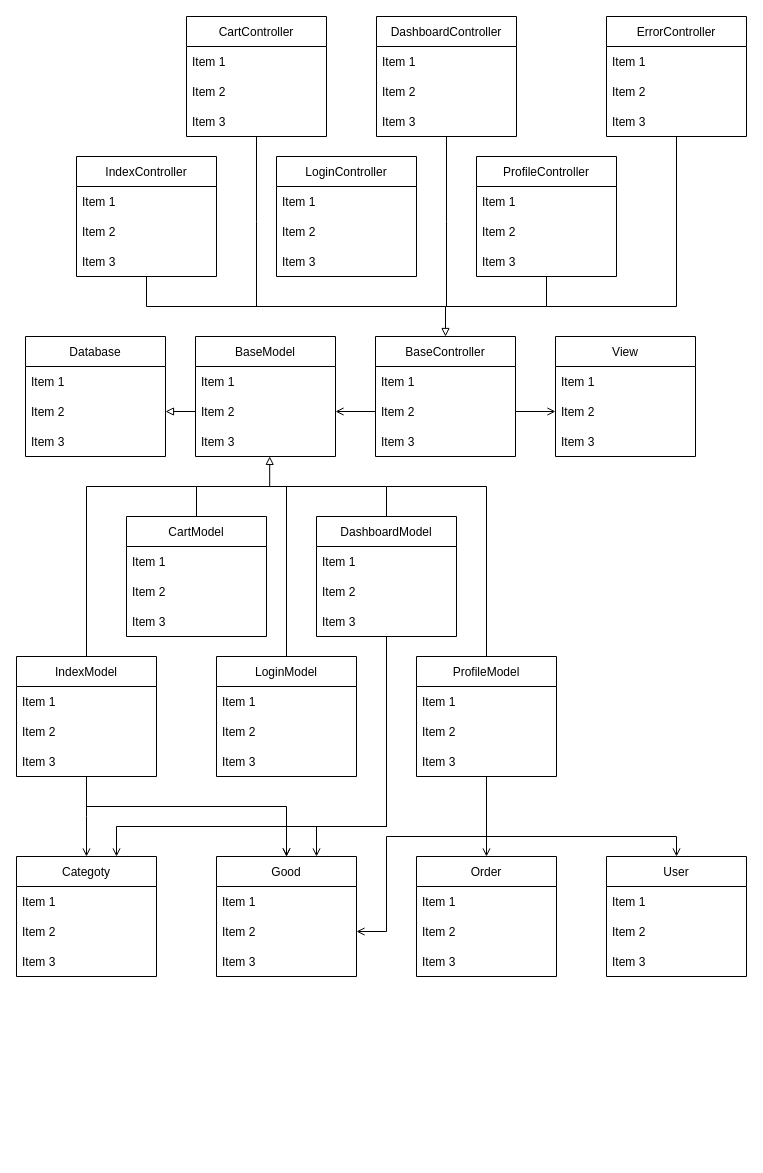
Camalo/writeboard keeps this draw.io diagram as ClassesDiagram.drawio. Above is the earlier version. Source tidied: cells renumbered, new cells numbered last; positions are measured from the earlier drawing's top-left corner, leaving out a move shared by most shapes. Both pictures are drawn from the tidied source at 100%, with x=0, y=0 at pixel (16, 16).
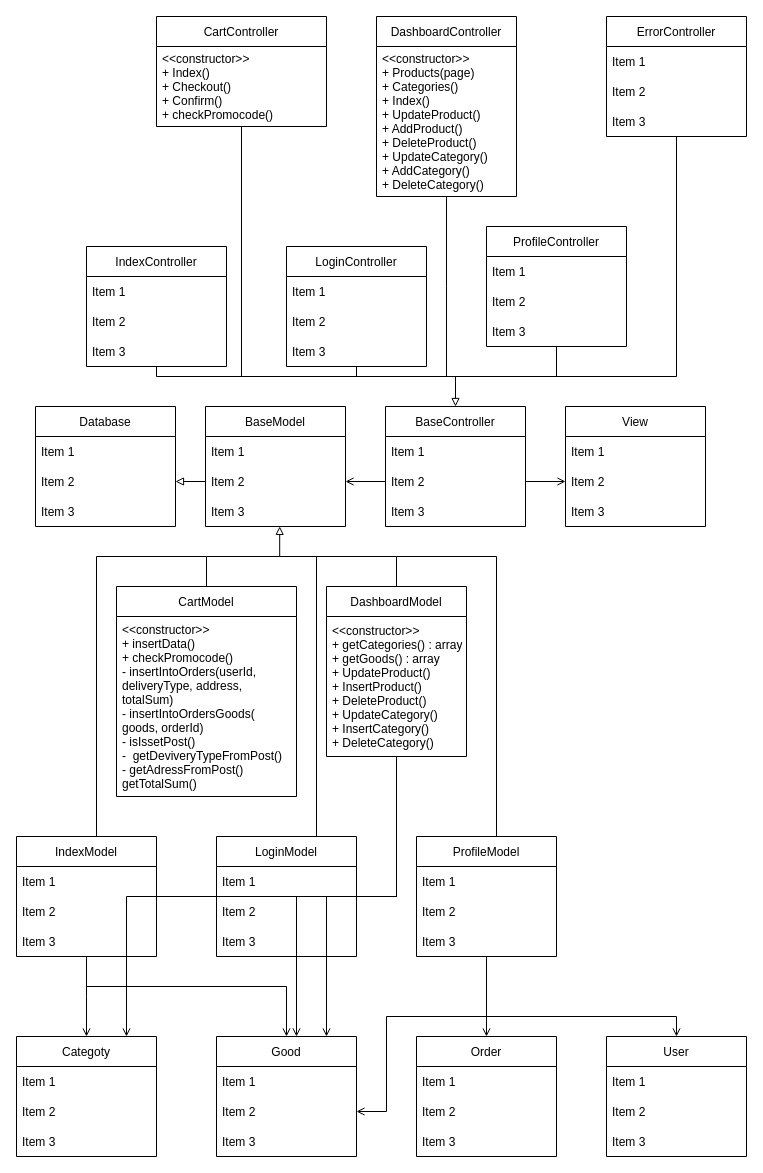
Above is the later version.

Unchanged cells that the change refers to:
```xml
<mxCell id="29" value="ErrorController" style="swimlane;fontStyle=0;horizontal=1;startSize=30;" parent="1" vertex="1">
  <mxGeometry x="590" width="140" height="120" as="geometry" />
</mxCell>
<mxCell id="82" value="Item 2" style="text;strokeColor=none;fillColor=none;align=left;verticalAlign=middle;spacingLeft=4;spacingRight=4;overflow=hidden;points=[[0,0.5],[1,0.5]];portConstraint=eastwest;" parent="80" vertex="1">
  <mxGeometry y="60" width="140" height="30" as="geometry" />
</mxCell>
```

Diff of the diagram source:
```diff
@@
     <mxCell id="2" value="BaseController" style="swimlane;fontStyle=0;horizontal=1;startSize=30;" parent="1" vertex="1">
-      <mxGeometry x="359" y="320" width="140" height="120" as="geometry" />
+      <mxGeometry x="369" y="390" width="140" height="120" as="geometry" />
     </mxCell>
@@
     <mxCell id="6" value="BaseModel" style="swimlane;fontStyle=0;horizontal=1;startSize=30;" parent="1" vertex="1">
-      <mxGeometry x="179" y="320" width="140" height="120" as="geometry" />
+      <mxGeometry x="189" y="390" width="140" height="120" as="geometry" />
     </mxCell>
@@
     <mxCell id="10" value="View" style="swimlane;fontStyle=0;horizontal=1;startSize=30;" parent="1" vertex="1">
-      <mxGeometry x="539" y="320" width="140" height="120" as="geometry" />
+      <mxGeometry x="549" y="390" width="140" height="120" as="geometry" />
     </mxCell>
@@
     <mxCell id="14" value="Database" style="swimlane;fontStyle=0;horizontal=1;startSize=30;" parent="1" vertex="1">
-      <mxGeometry x="9" y="320" width="140" height="120" as="geometry" />
+      <mxGeometry x="19" y="390" width="140" height="120" as="geometry" />
     </mxCell>
@@
     <mxCell id="18" style="edgeStyle=orthogonalEdgeStyle;rounded=0;jettySize=auto;html=1;endArrow=none;endFill=0;" parent="1" edge="1" source="19">
       <mxGeometry relative="1" as="geometry">
-        <mxPoint x="430" y="290" as="targetPoint" />
+        <mxPoint x="430" y="360" as="targetPoint" />
       </mxGeometry>
     </mxCell>
     <mxCell id="19" value="DashboardController" style="swimlane;fontStyle=0;horizontal=1;startSize=30;" parent="1" vertex="1">
-      <mxGeometry x="360" width="140" height="120" as="geometry" />
+      <mxGeometry x="360" width="140" height="180" as="geometry" />
     </mxCell>
-    <mxCell id="20" value="Item 1" style="text;strokeColor=none;fillColor=none;align=left;verticalAlign=middle;spacingLeft=4;spacingRight=4;overflow=hidden;" parent="19" vertex="1">
-      <mxGeometry y="30" width="140" height="30" as="geometry" />
+    <mxCell id="20" value="&lt;&lt;constructor&gt;&gt;&#10;+ Products(page)&#10;+ Categories()&#10;+ Index()&#10;+ UpdateProduct()&#10;+ AddProduct()&#10;+ DeleteProduct()&#10;+ UpdateCategory()&#10;+ AddCategory()&#10;+ DeleteCategory()" style="text;strokeColor=none;fillColor=none;align=left;verticalAlign=middle;spacingLeft=4;spacingRight=4;overflow=hidden;" parent="19" vertex="1">
+      <mxGeometry y="30" width="140" height="150" as="geometry" />
     </mxCell>
-    <mxCell id="21" value="Item 2" style="text;strokeColor=none;fillColor=none;align=left;verticalAlign=middle;spacingLeft=4;spacingRight=4;overflow=hidden;" parent="19" vertex="1">
-      <mxGeometry y="60" width="140" height="30" as="geometry" />
-    </mxCell>
-    <mxCell id="22" value="Item 3" style="text;strokeColor=none;fillColor=none;align=left;verticalAlign=middle;spacingLeft=4;spacingRight=4;overflow=hidden;" parent="19" vertex="1">
-      <mxGeometry y="90" width="140" height="30" as="geometry" />
-    </mxCell>
     <mxCell id="23" style="edgeStyle=orthogonalEdgeStyle;rounded=0;jettySize=auto;html=1;endArrow=none;endFill=0;" parent="1" edge="1" source="24">
       <mxGeometry relative="1" as="geometry">
-        <mxPoint x="240" y="290" as="targetPoint" />
+        <mxPoint x="240" y="360" as="targetPoint" />
+        <Array as="points">
+          <mxPoint x="225" y="360" />
+        </Array>
       </mxGeometry>
     </mxCell>
     <mxCell id="24" value="CartController" style="swimlane;fontStyle=0;horizontal=1;startSize=30;" parent="1" vertex="1">
-      <mxGeometry x="170" width="140" height="120" as="geometry" />
+      <mxGeometry x="140" width="170" height="110" as="geometry" />
     </mxCell>
-    <mxCell id="25" value="Item 1" style="text;strokeColor=none;fillColor=none;align=left;verticalAlign=middle;spacingLeft=4;spacingRight=4;overflow=hidden;" parent="24" vertex="1">
-      <mxGeometry y="30" width="140" height="30" as="geometry" />
+    <mxCell id="25" value="&lt;&lt;constructor&gt;&gt;&#10;+ Index()&#10;+ Checkout()&#10;+ Confirm()&#10;+ checkPromocode()" style="text;strokeColor=none;fillColor=none;align=left;verticalAlign=middle;spacingLeft=4;spacingRight=4;overflow=hidden;" parent="24" vertex="1">
+      <mxGeometry y="30" width="170" height="80" as="geometry" />
     </mxCell>
-    <mxCell id="26" value="Item 2" style="text;strokeColor=none;fillColor=none;align=left;verticalAlign=middle;spacingLeft=4;spacingRight=4;overflow=hidden;" parent="24" vertex="1">
-      <mxGeometry y="60" width="140" height="30" as="geometry" />
-    </mxCell>
-    <mxCell id="27" value="Item 3" style="text;strokeColor=none;fillColor=none;align=left;verticalAlign=middle;spacingLeft=4;spacingRight=4;overflow=hidden;" parent="24" vertex="1">
-      <mxGeometry y="90" width="140" height="30" as="geometry" />
-    </mxCell>
     <mxCell id="28" style="edgeStyle=orthogonalEdgeStyle;rounded=0;jettySize=auto;html=1;endArrow=none;endFill=0;" parent="1" edge="1" source="29">
       <mxGeometry relative="1" as="geometry">
-        <mxPoint x="530" y="290" as="targetPoint" />
+        <mxPoint x="530" y="360" as="targetPoint" />
         <Array as="points">
-          <mxPoint x="660" y="290" />
+          <mxPoint x="660" y="360" />
+          <mxPoint x="530" y="360" />
         </Array>
       </mxGeometry>
     </mxCell>
@@
+    <mxCell id="99" style="edgeStyle=orthogonalEdgeStyle;rounded=0;jettySize=auto;html=1;endArrow=none;endFill=0;" parent="1" edge="1" source="33">
+      <mxGeometry relative="1" as="geometry">
+        <mxPoint x="440" y="360" as="targetPoint" />
+        <Array as="points">
+          <mxPoint x="340" y="360" />
+        </Array>
+      </mxGeometry>
+    </mxCell>
     <mxCell id="33" value="LoginController" style="swimlane;fontStyle=0;horizontal=1;startSize=30;" parent="1" vertex="1">
-      <mxGeometry x="260" y="140" width="140" height="120" as="geometry" />
+      <mxGeometry x="270" y="230" width="140" height="120" as="geometry" />
     </mxCell>
@@
     <mxCell id="37" style="edgeStyle=orthogonalEdgeStyle;rounded=0;jettySize=auto;html=1;entryX=0.5;entryY=0;entryDx=0;entryDy=0;endArrow=block;endFill=0;" parent="1" edge="1" source="38" target="2">
       <mxGeometry relative="1" as="geometry">
         <Array as="points">
-          <mxPoint x="130" y="290" />
-          <mxPoint x="429" y="290" />
+          <mxPoint x="140" y="360" />
+          <mxPoint x="439" y="360" />
         </Array>
       </mxGeometry>
     </mxCell>
     <mxCell id="38" value="IndexController" style="swimlane;fontStyle=0;horizontal=1;startSize=30;" parent="1" vertex="1">
-      <mxGeometry x="60" y="140" width="140" height="120" as="geometry" />
+      <mxGeometry x="70" y="230" width="140" height="120" as="geometry" />
     </mxCell>
@@
     <mxCell id="42" style="edgeStyle=orthogonalEdgeStyle;rounded=0;jettySize=auto;html=1;endArrow=none;endFill=0;" parent="1" edge="1" source="43">
       <mxGeometry relative="1" as="geometry">
-        <mxPoint x="429" y="290" as="targetPoint" />
+        <mxPoint x="439" y="360" as="targetPoint" />
         <Array as="points">
-          <mxPoint x="530" y="290" />
-          <mxPoint x="429" y="290" />
+          <mxPoint x="540" y="360" />
+          <mxPoint x="439" y="360" />
         </Array>
       </mxGeometry>
     </mxCell>
     <mxCell id="43" value="ProfileController" style="swimlane;fontStyle=0;horizontal=1;startSize=30;" parent="1" vertex="1">
-      <mxGeometry x="460" y="140" width="140" height="120" as="geometry" />
+      <mxGeometry x="470" y="210" width="140" height="120" as="geometry" />
     </mxCell>
@@
     <mxCell id="47" style="edgeStyle=orthogonalEdgeStyle;rounded=0;jettySize=auto;html=1;endArrow=none;endFill=0;" parent="1" edge="1" source="51">
       <mxGeometry relative="1" as="geometry">
-        <mxPoint x="253" y="470" as="targetPoint" />
+        <mxPoint x="263" y="540" as="targetPoint" />
         <Array as="points">
-          <mxPoint x="370" y="470" />
+          <mxPoint x="380" y="540" />
         </Array>
       </mxGeometry>
     </mxCell>
     <mxCell id="48" style="edgeStyle=orthogonalEdgeStyle;rounded=0;jettySize=auto;html=1;endArrow=open;endFill=0;" parent="1" edge="1" source="51" target="80">
       <mxGeometry relative="1" as="geometry">
         <Array as="points">
-          <mxPoint x="370" y="810" />
-          <mxPoint x="270" y="810" />
+          <mxPoint x="380" y="880" />
+          <mxPoint x="280" y="880" />
         </Array>
       </mxGeometry>
     </mxCell>
     <mxCell id="49" style="edgeStyle=orthogonalEdgeStyle;rounded=0;jettySize=auto;html=1;endArrow=open;endFill=0;" parent="1" edge="1" source="51" target="84">
       <mxGeometry relative="1" as="geometry">
         <Array as="points">
-          <mxPoint x="370" y="810" />
-          <mxPoint x="100" y="810" />
+          <mxPoint x="380" y="880" />
+          <mxPoint x="110" y="880" />
         </Array>
       </mxGeometry>
     </mxCell>
     <mxCell id="50" style="edgeStyle=orthogonalEdgeStyle;rounded=0;jettySize=auto;html=1;endArrow=open;endFill=0;" parent="1" edge="1" source="51" target="80">
       <mxGeometry relative="1" as="geometry">
         <Array as="points">
-          <mxPoint x="370" y="810" />
-          <mxPoint x="300" y="810" />
+          <mxPoint x="380" y="880" />
+          <mxPoint x="310" y="880" />
         </Array>
       </mxGeometry>
     </mxCell>
     <mxCell id="51" value="DashboardModel" style="swimlane;fontStyle=0;horizontal=1;startSize=30;" parent="1" vertex="1">
-      <mxGeometry x="300" y="500" width="140" height="120" as="geometry" />
+      <mxGeometry x="310" y="570" width="140" height="170" as="geometry" />
     </mxCell>
-    <mxCell id="52" value="Item 1" style="text;strokeColor=none;fillColor=none;align=left;verticalAlign=middle;spacingLeft=4;spacingRight=4;overflow=hidden;" parent="51" vertex="1">
-      <mxGeometry y="30" width="140" height="30" as="geometry" />
+    <mxCell id="52" value="&lt;&lt;constructor&gt;&gt;&#10;+ getCategories() : array&#10;+ getGoods() : array&#10;+ UpdateProduct()&#10;+ InsertProduct()&#10;+ DeleteProduct()&#10;+ UpdateCategory()&#10;+ InsertCategory()&#10;+ DeleteCategory()" style="text;strokeColor=none;fillColor=none;align=left;verticalAlign=middle;spacingLeft=4;spacingRight=4;overflow=hidden;" parent="51" vertex="1">
+      <mxGeometry y="30" width="140" height="140" as="geometry" />
     </mxCell>
-    <mxCell id="53" value="Item 2" style="text;strokeColor=none;fillColor=none;align=left;verticalAlign=middle;spacingLeft=4;spacingRight=4;overflow=hidden;" parent="51" vertex="1">
-      <mxGeometry y="60" width="140" height="30" as="geometry" />
-    </mxCell>
-    <mxCell id="54" value="Item 3" style="text;strokeColor=none;fillColor=none;align=left;verticalAlign=middle;spacingLeft=4;spacingRight=4;overflow=hidden;" parent="51" vertex="1">
-      <mxGeometry y="90" width="140" height="30" as="geometry" />
-    </mxCell>
@@
     <mxCell id="56" value="CartModel" style="swimlane;fontStyle=0;horizontal=1;startSize=30;" parent="1" vertex="1">
-      <mxGeometry x="110" y="500" width="140" height="120" as="geometry" />
+      <mxGeometry x="100" y="570" width="180" height="210" as="geometry" />
     </mxCell>
-    <mxCell id="57" value="Item 1" style="text;strokeColor=none;fillColor=none;align=left;verticalAlign=middle;spacingLeft=4;spacingRight=4;overflow=hidden;" parent="56" vertex="1">
-      <mxGeometry y="30" width="140" height="30" as="geometry" />
+    <mxCell id="57" value="&lt;&lt;constructor&gt;&gt;&#10;+ insertData()&#10;+ checkPromocode()&#10;- insertIntoOrders(userId,&#10;deliveryType, address,&#10;totalSum)&#10;- insertIntoOrdersGoods(&#10;goods, orderId)&#10;- isIssetPost()&#10;-  getDeviveryTypeFromPost()&#10;- getAdressFromPost()&#10;getTotalSum()" style="text;strokeColor=none;fillColor=none;align=left;verticalAlign=middle;spacingLeft=4;spacingRight=4;overflow=hidden;" parent="56" vertex="1">
+      <mxGeometry y="30" width="180" height="180" as="geometry" />
     </mxCell>
-    <mxCell id="58" value="Item 2" style="text;strokeColor=none;fillColor=none;align=left;verticalAlign=middle;spacingLeft=4;spacingRight=4;overflow=hidden;" parent="56" vertex="1">
-      <mxGeometry y="60" width="140" height="30" as="geometry" />
-    </mxCell>
-    <mxCell id="59" value="Item 3" style="text;strokeColor=none;fillColor=none;align=left;verticalAlign=middle;spacingLeft=4;spacingRight=4;overflow=hidden;" parent="56" vertex="1">
-      <mxGeometry y="90" width="140" height="30" as="geometry" />
-    </mxCell>
     <mxCell id="60" style="edgeStyle=orthogonalEdgeStyle;rounded=0;jettySize=auto;html=1;endArrow=none;endFill=0;" parent="1" edge="1" source="61">
       <mxGeometry relative="1" as="geometry">
-        <mxPoint x="270" y="470" as="targetPoint" />
+        <mxPoint x="280" y="540" as="targetPoint" />
+        <Array as="points">
+          <mxPoint x="300" y="540" />
+        </Array>
       </mxGeometry>
     </mxCell>
     <mxCell id="61" value="LoginModel" style="swimlane;fontStyle=0;horizontal=1;startSize=30;" parent="1" vertex="1">
-      <mxGeometry x="200" y="640" width="140" height="120" as="geometry" />
+      <mxGeometry x="200" y="820" width="140" height="120" as="geometry" />
     </mxCell>
@@
     <mxCell id="65" style="edgeStyle=orthogonalEdgeStyle;rounded=0;jettySize=auto;html=1;endArrow=none;endFill=0;" parent="1" edge="1" source="68">
       <mxGeometry relative="1" as="geometry">
-        <mxPoint x="180" y="470" as="targetPoint" />
+        <mxPoint x="190" y="540" as="targetPoint" />
         <Array as="points">
-          <mxPoint x="70" y="470" />
+          <mxPoint x="80" y="540" />
         </Array>
       </mxGeometry>
     </mxCell>
     <mxCell id="66" style="edgeStyle=orthogonalEdgeStyle;rounded=0;jettySize=auto;html=1;endArrow=open;endFill=0;" parent="1" edge="1" source="68">
       <mxGeometry relative="1" as="geometry">
-        <mxPoint x="70" y="840" as="targetPoint" />
+        <mxPoint x="70" y="1020" as="targetPoint" />
       </mxGeometry>
     </mxCell>
     <mxCell id="67" style="edgeStyle=orthogonalEdgeStyle;rounded=0;jettySize=auto;html=1;entryX=0.5;entryY=0;entryDx=0;entryDy=0;endArrow=open;endFill=0;" parent="1" edge="1" source="68" target="80">
       <mxGeometry relative="1" as="geometry">
         <Array as="points">
-          <mxPoint x="70" y="790" />
-          <mxPoint x="270" y="790" />
+          <mxPoint x="70" y="970" />
+          <mxPoint x="270" y="970" />
         </Array>
       </mxGeometry>
     </mxCell>
     <mxCell id="68" value="IndexModel" style="swimlane;fontStyle=0;horizontal=1;startSize=30;" parent="1" vertex="1">
-      <mxGeometry y="640" width="140" height="120" as="geometry" />
+      <mxGeometry y="820" width="140" height="120" as="geometry" />
     </mxCell>
@@
     <mxCell id="72" style="edgeStyle=orthogonalEdgeStyle;rounded=0;jettySize=auto;html=1;endArrow=none;endFill=0;" parent="1" edge="1" source="76">
       <mxGeometry relative="1" as="geometry">
-        <mxPoint x="370" y="470" as="targetPoint" />
+        <mxPoint x="380" y="540" as="targetPoint" />
         <Array as="points">
-          <mxPoint x="470" y="470" />
+          <mxPoint x="480" y="540" />
         </Array>
       </mxGeometry>
     </mxCell>
     <mxCell id="73" style="edgeStyle=orthogonalEdgeStyle;rounded=0;jettySize=auto;html=1;endArrow=open;endFill=0;" parent="1" edge="1" source="76" target="92">
       <mxGeometry relative="1" as="geometry">
         <Array as="points">
-          <mxPoint x="470" y="820" />
-          <mxPoint x="660" y="820" />
+          <mxPoint x="470" y="1000" />
+          <mxPoint x="660" y="1000" />
         </Array>
       </mxGeometry>
     </mxCell>
@@
     <mxCell id="75" style="edgeStyle=orthogonalEdgeStyle;rounded=0;jettySize=auto;html=1;entryX=1;entryY=0.5;entryDx=0;entryDy=0;endArrow=open;endFill=0;" parent="1" edge="1" source="76" target="82">
       <mxGeometry relative="1" as="geometry">
         <Array as="points">
-          <mxPoint x="470" y="820" />
-          <mxPoint x="370" y="820" />
-          <mxPoint x="370" y="915" />
+          <mxPoint x="470" y="1000" />
+          <mxPoint x="370" y="1000" />
+          <mxPoint x="370" y="1095" />
         </Array>
       </mxGeometry>
     </mxCell>
     <mxCell id="76" value="ProfileModel" style="swimlane;fontStyle=0;horizontal=1;startSize=30;" parent="1" vertex="1">
-      <mxGeometry x="400" y="640" width="140" height="120" as="geometry" />
+      <mxGeometry x="400" y="820" width="140" height="120" as="geometry" />
     </mxCell>
@@
     <mxCell id="80" value="Good" style="swimlane;fontStyle=0;horizontal=1;startSize=30;" parent="1" vertex="1">
-      <mxGeometry x="200" y="840" width="140" height="120" as="geometry" />
+      <mxGeometry x="200" y="1020" width="140" height="120" as="geometry" />
     </mxCell>
@@
     <mxCell id="84" value="Categoty" style="swimlane;fontStyle=0;horizontal=1;startSize=30;" parent="1" vertex="1">
-      <mxGeometry y="840" width="140" height="120" as="geometry" />
+      <mxGeometry y="1020" width="140" height="120" as="geometry" />
     </mxCell>
@@
     <mxCell id="88" value="Order" style="swimlane;fontStyle=0;horizontal=1;startSize=30;" parent="1" vertex="1">
-      <mxGeometry x="400" y="840" width="140" height="120" as="geometry" />
+      <mxGeometry x="400" y="1020" width="140" height="120" as="geometry" />
     </mxCell>
@@
     <mxCell id="92" value="User" style="swimlane;fontStyle=0;horizontal=1;startSize=30;" parent="1" vertex="1">
-      <mxGeometry x="590" y="840" width="140" height="120" as="geometry" />
+      <mxGeometry x="590" y="1020" width="140" height="120" as="geometry" />
     </mxCell>
```
